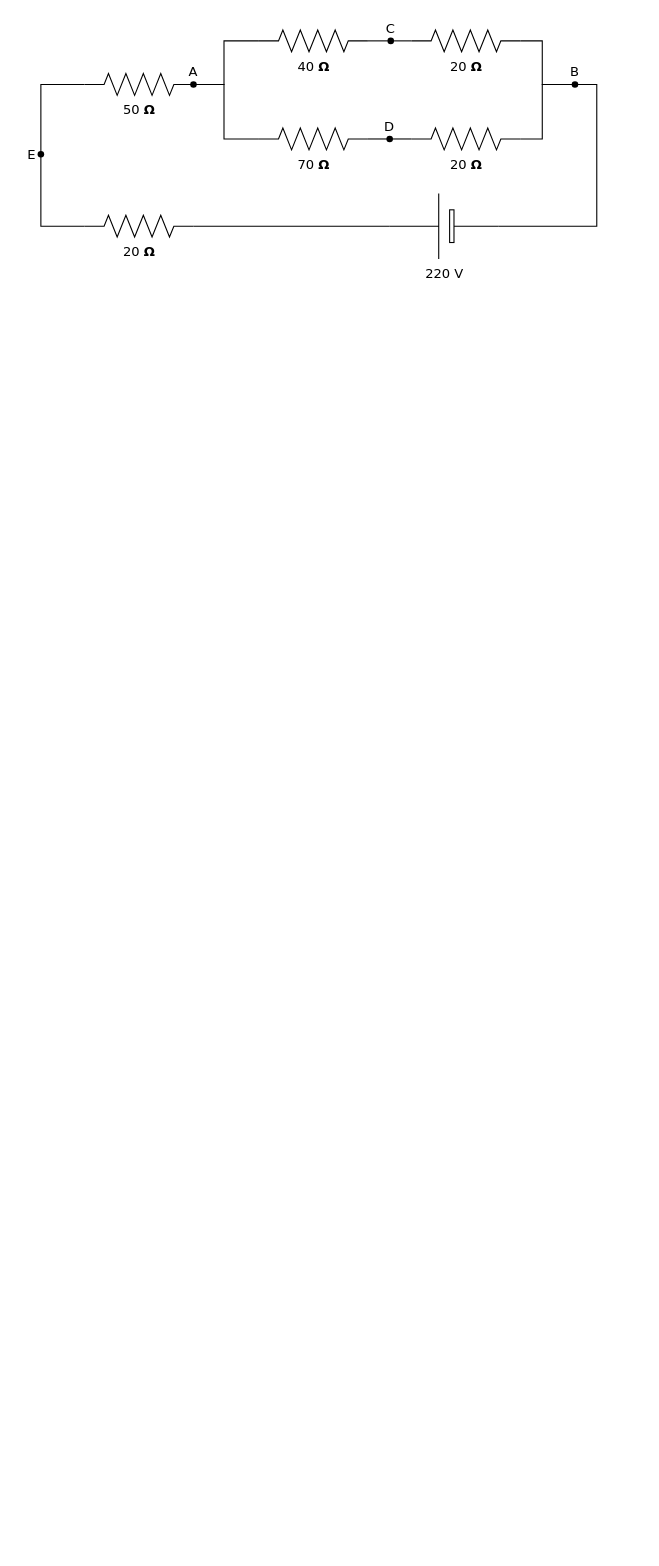
Before: thiet_ke_mach_do_dttt2.drawio in Dotis26/HelloWorld, a draw.io diagram. Source tidied: cells renumbered, new cells numbered last; positions are measured from the earlier drawing's top-left corner, leaving out a move shared by most shapes. Both pictures are drawn from the tidied source at 109%, with x=0, y=0 at pixel (19, 19).
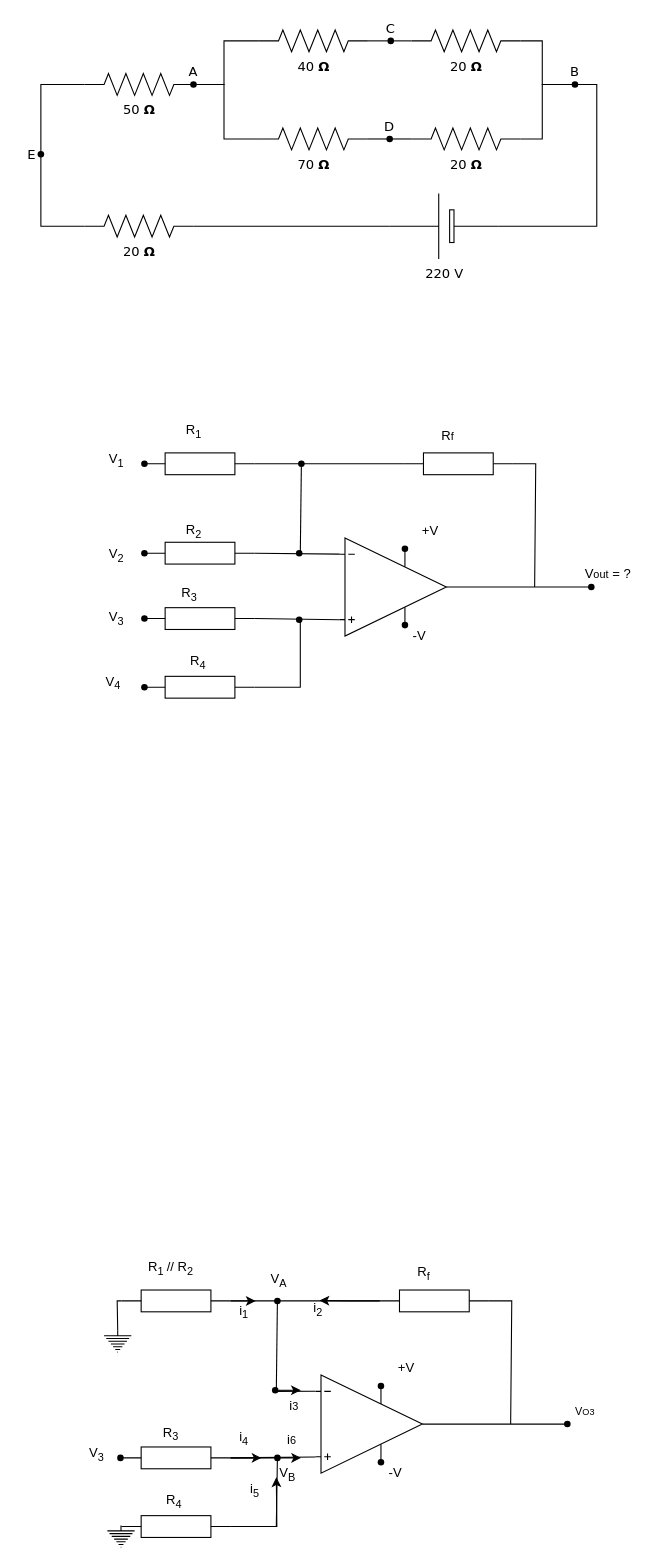
After the change.

Commit message (it also covers changes not shown here):
Cập nhật thiet_ke_mach_do_dttt2.drawio

What changed in the source:
```diff
@@
+    <mxCell id="26" style="verticalLabelPosition=bottom;shadow=0;dashed=0;align=center;html=1;verticalAlign=top;shape=mxgraph.electrical.resistors.resistor_1;" parent="1" vertex="1">
+      <mxGeometry x="116" y="398" width="100" height="20" as="geometry" />
+    </mxCell>
+    <mxCell id="27" style="verticalLabelPosition=bottom;shadow=0;dashed=0;align=center;html=1;verticalAlign=top;shape=mxgraph.electrical.resistors.resistor_1;" parent="1" vertex="1">
+      <mxGeometry x="353" y="398" width="100" height="20" as="geometry" />
+    </mxCell>
+    <mxCell id="28" style="verticalLabelPosition=bottom;shadow=0;dashed=0;align=center;html=1;verticalAlign=top;shape=mxgraph.electrical.resistors.resistor_1;" parent="1" vertex="1">
+      <mxGeometry x="116" y="480" width="100" height="20" as="geometry" />
+    </mxCell>
+    <mxCell id="29" style="verticalLabelPosition=bottom;shadow=0;dashed=0;align=center;html=1;verticalAlign=top;shape=mxgraph.electrical.resistors.resistor_1;" parent="1" vertex="1">
+      <mxGeometry x="116" y="540" width="100" height="20" as="geometry" />
+    </mxCell>
+    <mxCell id="30" style="verticalLabelPosition=bottom;shadow=0;dashed=0;align=center;html=1;verticalAlign=top;shape=mxgraph.electrical.resistors.resistor_1;" parent="1" vertex="1">
+      <mxGeometry x="116" y="603" width="100" height="20" as="geometry" />
+    </mxCell>
+    <mxCell id="31" style="verticalLabelPosition=bottom;shadow=0;dashed=0;align=center;html=1;verticalAlign=top;shape=mxgraph.electrical.abstract.operational_amp_1;" parent="1" vertex="1">
+      <mxGeometry x="294" y="476" width="98" height="90" as="geometry" />
+    </mxCell>
+    <mxCell id="32" style="endArrow=none;html=1;rounded=0;entryX=0;entryY=0.5;entryDx=0;entryDy=0;entryPerimeter=0;exitX=1;exitY=0.5;exitDx=0;exitDy=0;exitPerimeter=0;" parent="1" edge="1" source="31">
+      <mxGeometry relative="1" as="geometry">
+        <mxPoint x="523" y="521" as="targetPoint" />
+      </mxGeometry>
+    </mxCell>
+    <mxCell id="33" style="endArrow=none;html=1;rounded=0;exitX=1;exitY=0.5;exitDx=0;exitDy=0;exitPerimeter=0;" parent="1" edge="1" source="27">
+      <mxGeometry relative="1" as="geometry">
+        <mxPoint x="473" y="521" as="targetPoint" />
+        <Array as="points">
+          <mxPoint x="474" y="408" />
+        </Array>
+      </mxGeometry>
+    </mxCell>
+    <mxCell id="34" style="endArrow=none;html=1;rounded=0;entryX=0;entryY=0.165;entryDx=0;entryDy=0;entryPerimeter=0;exitX=1;exitY=0.5;exitDx=0;exitDy=0;exitPerimeter=0;" parent="1" edge="1" source="28" target="31">
+      <mxGeometry relative="1" as="geometry" />
+    </mxCell>
+    <mxCell id="35" style="endArrow=none;html=1;rounded=0;exitX=1;exitY=0.5;exitDx=0;exitDy=0;exitPerimeter=0;entryX=0;entryY=0.5;entryDx=0;entryDy=0;entryPerimeter=0;" parent="1" edge="1" source="26" target="27">
+      <mxGeometry relative="1" as="geometry" />
+    </mxCell>
+    <mxCell id="36" style="endArrow=none;html=1;rounded=0;" parent="1" edge="1">
+      <mxGeometry relative="1" as="geometry">
+        <mxPoint x="258" y="491" as="sourcePoint" />
+        <mxPoint x="259" y="408" as="targetPoint" />
+      </mxGeometry>
+    </mxCell>
+    <mxCell id="37" style="endArrow=none;html=1;rounded=0;entryX=0;entryY=0.835;entryDx=0;entryDy=0;entryPerimeter=0;exitX=1;exitY=0.5;exitDx=0;exitDy=0;exitPerimeter=0;" parent="1" edge="1" source="29" target="31">
+      <mxGeometry relative="1" as="geometry" />
+    </mxCell>
+    <mxCell id="38" style="shape=waypoint;sketch=0;fillStyle=solid;size=6;fillColor=none;perimeter=centerPerimeter;" parent="1" vertex="1">
+      <mxGeometry x="515" y="511" width="20" height="20" as="geometry" />
+    </mxCell>
+    <mxCell id="39" style="shape=waypoint;sketch=0;fillStyle=solid;size=6;fillColor=none;perimeter=centerPerimeter;" parent="1" vertex="1">
+      <mxGeometry x="105" y="603" width="20" height="20" as="geometry" />
+    </mxCell>
+    <mxCell id="40" style="shape=waypoint;sketch=0;fillStyle=solid;size=6;fillColor=none;perimeter=centerPerimeter;" parent="1" vertex="1">
+      <mxGeometry x="105" y="540" width="20" height="20" as="geometry" />
+    </mxCell>
+    <mxCell id="41" style="shape=waypoint;sketch=0;fillStyle=solid;size=6;fillColor=none;perimeter=centerPerimeter;" parent="1" vertex="1">
+      <mxGeometry x="105" y="480" width="20" height="20" as="geometry" />
+    </mxCell>
+    <mxCell id="42" style="shape=waypoint;sketch=0;fillStyle=solid;size=6;fillColor=none;perimeter=centerPerimeter;" parent="1" vertex="1">
+      <mxGeometry x="105" y="398" width="20" height="20" as="geometry" />
+    </mxCell>
+    <mxCell id="43" style="endArrow=none;html=1;rounded=0;exitX=1;exitY=0.5;exitDx=0;exitDy=0;exitPerimeter=0;" parent="1" edge="1" source="30">
+      <mxGeometry relative="1" as="geometry">
+        <mxPoint x="258" y="551" as="targetPoint" />
+        <Array as="points">
+          <mxPoint x="258" y="613" />
+        </Array>
+      </mxGeometry>
+    </mxCell>
+    <mxCell id="44" style="shape=waypoint;sketch=0;fillStyle=solid;size=6;fillColor=none;perimeter=centerPerimeter;" parent="1" vertex="1">
+      <mxGeometry x="344" y="476" width="20" height="20" as="geometry" />
+    </mxCell>
+    <mxCell id="45" style="shape=waypoint;sketch=0;fillStyle=solid;size=6;fillColor=none;perimeter=centerPerimeter;" parent="1" vertex="1">
+      <mxGeometry x="344" y="546" width="20" height="20" as="geometry" />
+    </mxCell>
+    <mxCell id="46" value="+V" style="text;html=1;align=center;verticalAlign=middle;strokeColor=none;fillColor=none;" parent="1" vertex="1">
+      <mxGeometry x="360" y="457" width="33" height="26" as="geometry" />
+    </mxCell>
+    <mxCell id="47" value="-V" style="text;html=1;align=center;verticalAlign=middle;strokeColor=none;fillColor=none;" parent="1" vertex="1">
+      <mxGeometry x="352" y="553" width="30" height="26" as="geometry" />
+    </mxCell>
+    <mxCell id="48" value="V&lt;span style=&quot;font-size: 10px;&quot;&gt;out&lt;/span&gt;&amp;nbsp;= ?" style="text;html=1;align=center;verticalAlign=middle;strokeColor=none;fillColor=none;" parent="1" vertex="1">
+      <mxGeometry x="510" y="496" width="60" height="26" as="geometry" />
+    </mxCell>
+    <mxCell id="49" value="V&lt;sub&gt;1&lt;/sub&gt;" style="text;html=1;align=center;verticalAlign=middle;strokeColor=none;fillColor=none;" parent="1" vertex="1">
+      <mxGeometry x="73" y="390" width="32" height="30" as="geometry" />
+    </mxCell>
+    <mxCell id="50" value="V&lt;sub&gt;2&lt;/sub&gt;" style="text;html=1;align=center;verticalAlign=middle;strokeColor=none;fillColor=none;" parent="1" vertex="1">
+      <mxGeometry x="73" y="477" width="32" height="30" as="geometry" />
+    </mxCell>
+    <mxCell id="51" value="V&lt;sub&gt;3&lt;/sub&gt;" style="text;html=1;align=center;verticalAlign=middle;strokeColor=none;fillColor=none;" parent="1" vertex="1">
+      <mxGeometry x="73" y="535" width="32" height="30" as="geometry" />
+    </mxCell>
+    <mxCell id="52" value="V&lt;sub&gt;4&lt;/sub&gt;" style="text;html=1;align=center;verticalAlign=middle;strokeColor=none;fillColor=none;" parent="1" vertex="1">
+      <mxGeometry x="70" y="594" width="32" height="30" as="geometry" />
+    </mxCell>
+    <mxCell id="53" value="R&lt;sub&gt;1&lt;/sub&gt;" style="text;html=1;align=center;verticalAlign=middle;strokeColor=none;fillColor=none;" parent="1" vertex="1">
+      <mxGeometry x="144" y="363" width="32" height="30" as="geometry" />
+    </mxCell>
+    <mxCell id="54" value="R&lt;sub&gt;2&lt;/sub&gt;" style="text;html=1;align=center;verticalAlign=middle;strokeColor=none;fillColor=none;" parent="1" vertex="1">
+      <mxGeometry x="144" y="455" width="32" height="30" as="geometry" />
+    </mxCell>
+    <mxCell id="55" value="R&lt;sub&gt;3&lt;/sub&gt;" style="text;html=1;align=center;verticalAlign=middle;strokeColor=none;fillColor=none;" parent="1" vertex="1">
+      <mxGeometry x="140" y="513" width="32" height="30" as="geometry" />
+    </mxCell>
+    <mxCell id="56" value="R&lt;sub&gt;4&lt;/sub&gt;" style="text;html=1;align=center;verticalAlign=middle;strokeColor=none;fillColor=none;" parent="1" vertex="1">
+      <mxGeometry x="148" y="575" width="32" height="30" as="geometry" />
+    </mxCell>
+    <mxCell id="57" value="R&lt;span style=&quot;font-size: 10px;&quot;&gt;f&lt;/span&gt;" style="text;html=1;align=center;verticalAlign=middle;strokeColor=none;fillColor=none;" parent="1" vertex="1">
+      <mxGeometry x="378" y="370" width="29" height="26" as="geometry" />
+    </mxCell>
+    <mxCell id="58" style="shape=waypoint;sketch=0;fillStyle=solid;size=6;fillColor=none;perimeter=centerPerimeter;" parent="1" vertex="1">
+      <mxGeometry x="249" y="398" width="20" height="20" as="geometry" />
+    </mxCell>
+    <mxCell id="59" style="shape=waypoint;sketch=0;fillStyle=solid;size=6;fillColor=none;perimeter=centerPerimeter;" parent="1" vertex="1">
+      <mxGeometry x="247" y="480" width="20" height="20" as="geometry" />
+    </mxCell>
+    <mxCell id="60" style="shape=waypoint;sketch=0;fillStyle=solid;size=6;fillColor=none;perimeter=centerPerimeter;" parent="1" vertex="1">
+      <mxGeometry x="247" y="541" width="20" height="20" as="geometry" />
+    </mxCell>
+    <mxCell id="61" style="edgeStyle=orthogonalEdgeStyle;rounded=0;jettySize=auto;html=1;exitX=1;exitY=0.5;exitDx=0;exitDy=0;exitPerimeter=0;" parent="1" edge="1" source="62">
+      <mxGeometry relative="1" as="geometry">
+        <mxPoint x="217.1" y="1175.7" as="targetPoint" />
+      </mxGeometry>
+    </mxCell>
+    <mxCell id="62" style="verticalLabelPosition=bottom;shadow=0;dashed=0;align=center;html=1;verticalAlign=top;shape=mxgraph.electrical.resistors.resistor_1;" parent="1" vertex="1">
+      <mxGeometry x="94" y="1166" width="100" height="20" as="geometry" />
+    </mxCell>
+    <mxCell id="63" style="edgeStyle=orthogonalEdgeStyle;rounded=0;jettySize=auto;html=1;exitX=0;exitY=0.5;exitDx=0;exitDy=0;exitPerimeter=0;" parent="1" edge="1" source="64">
+      <mxGeometry relative="1" as="geometry">
+        <mxPoint x="275.6" y="1175.7" as="targetPoint" />
+      </mxGeometry>
+    </mxCell>
+    <mxCell id="64" style="verticalLabelPosition=bottom;shadow=0;dashed=0;align=center;html=1;verticalAlign=top;shape=mxgraph.electrical.resistors.resistor_1;" parent="1" vertex="1">
+      <mxGeometry x="331" y="1166" width="100" height="20" as="geometry" />
+    </mxCell>
+    <mxCell id="65" style="edgeStyle=orthogonalEdgeStyle;rounded=0;jettySize=auto;html=1;" parent="1" edge="1" source="81">
+      <mxGeometry relative="1" as="geometry">
+        <mxPoint x="258.5" y="1257.8" as="targetPoint" />
+      </mxGeometry>
+    </mxCell>
+    <mxCell id="66" style="verticalLabelPosition=bottom;shadow=0;dashed=0;align=center;html=1;verticalAlign=top;shape=mxgraph.electrical.abstract.operational_amp_1;" parent="1" vertex="1">
+      <mxGeometry x="272" y="1244" width="98" height="90" as="geometry" />
+    </mxCell>
+    <mxCell id="67" style="endArrow=none;html=1;rounded=0;entryX=0;entryY=0.5;entryDx=0;entryDy=0;entryPerimeter=0;exitX=1;exitY=0.5;exitDx=0;exitDy=0;exitPerimeter=0;" parent="1" edge="1" source="66">
+      <mxGeometry relative="1" as="geometry">
+        <mxPoint x="501" y="1289" as="targetPoint" />
+      </mxGeometry>
+    </mxCell>
+    <mxCell id="68" style="endArrow=none;html=1;rounded=0;exitX=1;exitY=0.5;exitDx=0;exitDy=0;exitPerimeter=0;" parent="1" edge="1" source="64">
+      <mxGeometry relative="1" as="geometry">
+        <mxPoint x="451" y="1289" as="targetPoint" />
+        <Array as="points">
+          <mxPoint x="452" y="1176" />
+        </Array>
+      </mxGeometry>
+    </mxCell>
+    <mxCell id="69" style="endArrow=none;html=1;rounded=0;entryX=0;entryY=0.165;entryDx=0;entryDy=0;entryPerimeter=0;" parent="1" edge="1" target="66">
+      <mxGeometry relative="1" as="geometry">
+        <mxPoint x="235" y="1259" as="sourcePoint" />
+      </mxGeometry>
+    </mxCell>
+    <mxCell id="70" style="endArrow=none;html=1;rounded=0;exitX=1;exitY=0.5;exitDx=0;exitDy=0;exitPerimeter=0;entryX=0;entryY=0.5;entryDx=0;entryDy=0;entryPerimeter=0;" parent="1" edge="1" source="62" target="64">
+      <mxGeometry relative="1" as="geometry" />
+    </mxCell>
+    <mxCell id="71" style="endArrow=none;html=1;rounded=0;" parent="1" edge="1">
+      <mxGeometry relative="1" as="geometry">
+        <mxPoint x="236" y="1259" as="sourcePoint" />
+        <mxPoint x="237" y="1176" as="targetPoint" />
+      </mxGeometry>
+    </mxCell>
+    <mxCell id="72" style="shape=waypoint;sketch=0;fillStyle=solid;size=6;fillColor=none;perimeter=centerPerimeter;" parent="1" vertex="1">
+      <mxGeometry x="493" y="1279" width="20" height="20" as="geometry" />
+    </mxCell>
+    <mxCell id="73" style="shape=waypoint;sketch=0;fillStyle=solid;size=6;fillColor=none;perimeter=centerPerimeter;" parent="1" vertex="1">
+      <mxGeometry x="322" y="1244" width="20" height="20" as="geometry" />
+    </mxCell>
+    <mxCell id="74" style="shape=waypoint;sketch=0;fillStyle=solid;size=6;fillColor=none;perimeter=centerPerimeter;" parent="1" vertex="1">
+      <mxGeometry x="322" y="1314" width="20" height="20" as="geometry" />
+    </mxCell>
+    <mxCell id="75" value="+V" style="text;html=1;align=center;verticalAlign=middle;strokeColor=none;fillColor=none;" parent="1" vertex="1">
+      <mxGeometry x="338" y="1225" width="33" height="26" as="geometry" />
+    </mxCell>
+    <mxCell id="76" value="-V" style="text;html=1;align=center;verticalAlign=middle;strokeColor=none;fillColor=none;" parent="1" vertex="1">
+      <mxGeometry x="330" y="1321" width="30" height="26" as="geometry" />
+    </mxCell>
+    <mxCell id="77" value="&lt;span style=&quot;font-size: 10px;&quot;&gt;V&lt;/span&gt;&lt;span style=&quot;font-size: 8.33333px;&quot;&gt;O3&lt;/span&gt;" style="text;html=1;align=center;verticalAlign=middle;strokeColor=none;fillColor=none;" parent="1" vertex="1">
+      <mxGeometry x="501" y="1264" width="36" height="26" as="geometry" />
+    </mxCell>
+    <mxCell id="78" value="R&lt;sub&gt;1 &lt;/sub&gt;// R&lt;sub&gt;2&lt;/sub&gt;" style="text;html=1;align=center;verticalAlign=middle;strokeColor=none;fillColor=none;" parent="1" vertex="1">
+      <mxGeometry x="109" y="1131" width="59" height="30" as="geometry" />
+    </mxCell>
+    <mxCell id="79" value="R&lt;sub&gt;f&lt;/sub&gt;" style="text;html=1;align=center;verticalAlign=middle;strokeColor=none;fillColor=none;" parent="1" vertex="1">
+      <mxGeometry x="356" y="1136" width="29" height="30" as="geometry" />
+    </mxCell>
+    <mxCell id="80" style="shape=waypoint;sketch=0;fillStyle=solid;size=6;fillColor=none;perimeter=centerPerimeter;" parent="1" vertex="1">
+      <mxGeometry x="227" y="1166" width="20" height="20" as="geometry" />
+    </mxCell>
+    <mxCell id="81" style="shape=waypoint;sketch=0;fillStyle=solid;size=6;points=[];fillColor=none;perimeter=centerPerimeter;snapToPoint=1;" parent="1" vertex="1">
+      <mxGeometry x="225" y="1248" width="20" height="20" as="geometry" />
+    </mxCell>
+    <mxCell id="82" style="endArrow=none;html=1;rounded=0;entryX=0;entryY=0.5;entryDx=0;entryDy=0;entryPerimeter=0;exitX=0.5;exitY=0;exitDx=0;exitDy=0;exitPerimeter=0;" parent="1" edge="1" source="83">
+      <mxGeometry relative="1" as="geometry">
+        <mxPoint x="94" y="1176" as="targetPoint" />
+        <Array as="points">
+          <mxPoint x="90" y="1176" />
+        </Array>
+      </mxGeometry>
+    </mxCell>
+    <mxCell id="83" style="verticalLabelPosition=bottom;shadow=0;dashed=0;align=center;html=1;verticalAlign=top;shape=mxgraph.electrical.signal_sources.protective_earth;" parent="1" vertex="1">
+      <mxGeometry x="78" y="1203" width="25" height="20" as="geometry" />
+    </mxCell>
+    <mxCell id="84" value="V&lt;sub&gt;A&lt;/sub&gt;" style="text;html=1;align=center;verticalAlign=middle;strokeColor=none;fillColor=none;" parent="1" vertex="1">
+      <mxGeometry x="221" y="1142" width="33" height="30" as="geometry" />
+    </mxCell>
+    <mxCell id="85" value="i&lt;sub&gt;1&lt;/sub&gt;" style="text;html=1;align=center;verticalAlign=middle;strokeColor=none;fillColor=none;" parent="1" vertex="1">
+      <mxGeometry x="193" y="1171" width="26" height="30" as="geometry" />
+    </mxCell>
+    <mxCell id="86" value="i&lt;sub&gt;2&lt;/sub&gt;" style="text;html=1;align=center;verticalAlign=middle;strokeColor=none;fillColor=none;" parent="1" vertex="1">
+      <mxGeometry x="261" y="1169" width="26" height="30" as="geometry" />
+    </mxCell>
+    <mxCell id="87" value="i&lt;span style=&quot;font-size: 10px;&quot;&gt;3&lt;/span&gt;" style="text;html=1;align=center;verticalAlign=middle;strokeColor=none;fillColor=none;" parent="1" vertex="1">
+      <mxGeometry x="239" y="1260" width="26" height="26" as="geometry" />
+    </mxCell>
+    <mxCell id="88" style="edgeStyle=orthogonalEdgeStyle;rounded=0;jettySize=auto;html=1;exitX=1;exitY=0.5;exitDx=0;exitDy=0;exitPerimeter=0;" parent="1" edge="1" source="90">
+      <mxGeometry relative="1" as="geometry">
+        <mxPoint x="258.7" y="1320" as="targetPoint" />
+      </mxGeometry>
+    </mxCell>
+    <mxCell id="89" style="edgeStyle=orthogonalEdgeStyle;rounded=0;jettySize=auto;html=1;exitX=1;exitY=0.5;exitDx=0;exitDy=0;exitPerimeter=0;" parent="1" edge="1" source="90">
+      <mxGeometry relative="1" as="geometry">
+        <mxPoint x="222.4" y="1320" as="targetPoint" />
+      </mxGeometry>
+    </mxCell>
+    <mxCell id="90" style="verticalLabelPosition=bottom;shadow=0;dashed=0;align=center;html=1;verticalAlign=top;shape=mxgraph.electrical.resistors.resistor_1;" parent="1" vertex="1">
+      <mxGeometry x="94" y="1310" width="100" height="20" as="geometry" />
+    </mxCell>
+    <mxCell id="91" style="edgeStyle=orthogonalEdgeStyle;rounded=0;jettySize=auto;html=1;exitX=1;exitY=0.5;exitDx=0;exitDy=0;exitPerimeter=0;" parent="1" edge="1" source="92">
+      <mxGeometry relative="1" as="geometry">
+        <mxPoint x="236" y="1337.8" as="targetPoint" />
+      </mxGeometry>
+    </mxCell>
+    <mxCell id="92" style="verticalLabelPosition=bottom;shadow=0;dashed=0;align=center;html=1;verticalAlign=top;shape=mxgraph.electrical.resistors.resistor_1;" parent="1" vertex="1">
+      <mxGeometry x="94" y="1373" width="100" height="20" as="geometry" />
+    </mxCell>
+    <mxCell id="93" style="shape=waypoint;sketch=0;fillStyle=solid;size=6;fillColor=none;perimeter=centerPerimeter;" parent="1" vertex="1">
+      <mxGeometry x="83" y="1310" width="20" height="20" as="geometry" />
+    </mxCell>
+    <mxCell id="94" style="endArrow=none;html=1;rounded=0;exitDx=0;exitDy=0;exitPerimeter=0;" parent="1" edge="1" source="98">
+      <mxGeometry relative="1" as="geometry">
+        <mxPoint x="236" y="1320" as="targetPoint" />
+      </mxGeometry>
+    </mxCell>
+    <mxCell id="95" value="R&lt;sub&gt;4&lt;/sub&gt;" style="text;html=1;align=center;verticalAlign=middle;strokeColor=none;fillColor=none;" parent="1" vertex="1">
+      <mxGeometry x="126" y="1345" width="32" height="30" as="geometry" />
+    </mxCell>
+    <mxCell id="96" style="endArrow=none;html=1;rounded=0;exitX=1;exitY=0.5;exitDx=0;exitDy=0;exitPerimeter=0;entryX=0;entryY=0.835;entryDx=0;entryDy=0;entryPerimeter=0;" parent="1" edge="1" source="90" target="66">
+      <mxGeometry relative="1" as="geometry" />
+    </mxCell>
+    <mxCell id="97" style="endArrow=none;html=1;rounded=0;exitX=1;exitY=0.5;exitDx=0;exitDy=0;exitPerimeter=0;" parent="1" edge="1" source="92" target="98">
+      <mxGeometry relative="1" as="geometry">
+        <Array as="points">
+          <mxPoint x="236" y="1383" />
+        </Array>
+      </mxGeometry>
+    </mxCell>
+    <mxCell id="98" style="shape=waypoint;sketch=0;fillStyle=solid;size=6;points=[];fillColor=none;perimeter=centerPerimeter;snapToPoint=1;" parent="1" vertex="1">
+      <mxGeometry x="227" y="1310" width="20" height="20" as="geometry" />
+    </mxCell>
+    <mxCell id="99" style="verticalLabelPosition=bottom;shadow=0;dashed=0;align=center;html=1;verticalAlign=top;shape=mxgraph.electrical.signal_sources.protective_earth;" parent="1" vertex="1">
+      <mxGeometry x="81" y="1382" width="25" height="20" as="geometry" />
+    </mxCell>
+    <mxCell id="100" value="R&lt;sub&gt;3&lt;/sub&gt;" style="text;html=1;align=center;verticalAlign=middle;strokeColor=none;fillColor=none;" parent="1" vertex="1">
+      <mxGeometry x="123" y="1283" width="32" height="30" as="geometry" />
+    </mxCell>
+    <mxCell id="101" value="i&lt;sub&gt;4&lt;/sub&gt;" style="text;html=1;align=center;verticalAlign=middle;strokeColor=none;fillColor=none;" parent="1" vertex="1">
+      <mxGeometry x="193" y="1287" width="26" height="30" as="geometry" />
+    </mxCell>
+    <mxCell id="102" value="i&lt;span style=&quot;font-size: 10px;&quot;&gt;6&lt;/span&gt;" style="text;html=1;align=center;verticalAlign=middle;strokeColor=none;fillColor=none;" parent="1" vertex="1">
+      <mxGeometry x="237" y="1291" width="26" height="26" as="geometry" />
+    </mxCell>
+    <mxCell id="103" value="i&lt;sub&gt;5&lt;/sub&gt;" style="text;html=1;align=center;verticalAlign=middle;strokeColor=none;fillColor=none;" parent="1" vertex="1">
+      <mxGeometry x="203" y="1335" width="26" height="30" as="geometry" />
+    </mxCell>
+    <mxCell id="104" value="V&lt;sub&gt;B&lt;/sub&gt;" style="text;html=1;align=center;verticalAlign=middle;strokeColor=none;fillColor=none;" parent="1" vertex="1">
+      <mxGeometry x="229" y="1320" width="33" height="30" as="geometry" />
+    </mxCell>
+    <mxCell id="105" value="V&lt;sub&gt;3&lt;/sub&gt;" style="text;html=1;align=center;verticalAlign=middle;strokeColor=none;fillColor=none;" parent="1" vertex="1">
+      <mxGeometry x="55" y="1302" width="32" height="30" as="geometry" />
+    </mxCell>
```
